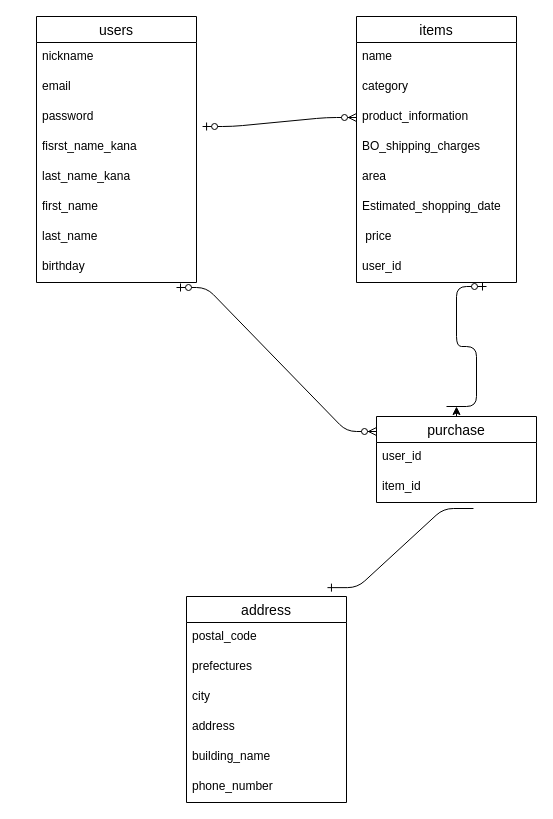
This is app/views/test.dio from miyamatakuya/furi, a draw.io file, before an edit. Source tidied: cells renumbered, new cells numbered last; positions are measured from the earlier drawing's top-left corner, leaving out a move shared by most shapes. Both pictures are drawn from the tidied source at 100%, with x=0, y=0 at pixel (36, 16).
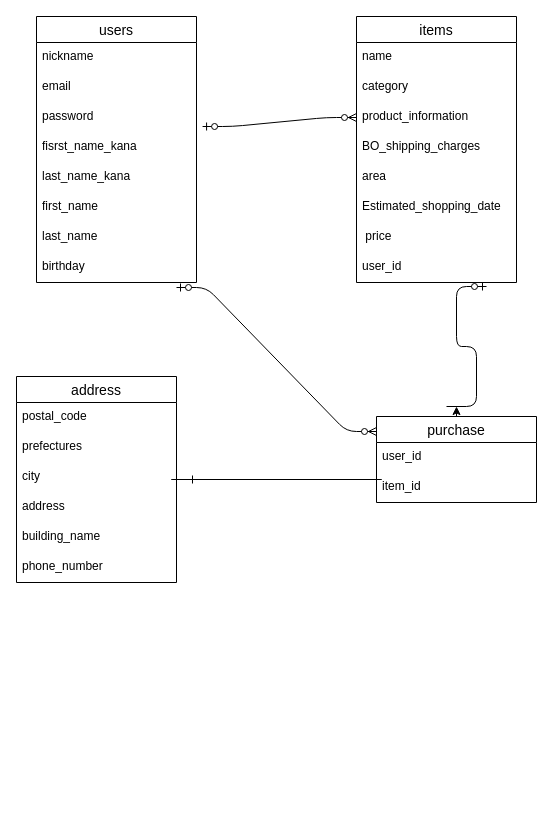
The same page after the edit.

Unchanged cells that the change refers to:
```xml
<mxCell id="23" value="item_id" style="text;strokeColor=none;fillColor=none;spacingLeft=4;spacingRight=4;overflow=hidden;points=[[0,0.5],[1,0.5]];portConstraint=eastwest;fontSize=12;" parent="21" vertex="1">
  <mxGeometry y="56" width="160" height="30" as="geometry" />
</mxCell>
```

Diff of the diagram source:
```diff
@@
     <mxCell id="24" value="address" style="swimlane;fontStyle=0;horizontal=1;startSize=26;align=center;fontSize=14;" parent="1" vertex="1">
-      <mxGeometry x="150" y="580" width="160" height="206" as="geometry" />
+      <mxGeometry x="-20" y="360" width="160" height="206" as="geometry" />
     </mxCell>
@@
-    <mxCell id="32" style="edgeStyle=entityRelationEdgeStyle;fontSize=12;html=1;endArrow=ERone;endFill=1;entryX=0.881;entryY=-0.043;entryDx=0;entryDy=0;entryPerimeter=0;exitX=0.606;exitY=1.2;exitDx=0;exitDy=0;exitPerimeter=0;" parent="1" edge="1" source="23" target="24">
-      <mxGeometry relative="1" as="geometry" />
+    <mxCell id="32" style="edgeStyle=entityRelationEdgeStyle;fontSize=12;html=1;endArrow=ERone;endFill=1;" parent="1" edge="1">
+      <mxGeometry relative="1" as="geometry">
+        <mxPoint x="320" y="463" as="sourcePoint" />
+        <mxPoint x="160" y="463" as="targetPoint" />
+      </mxGeometry>
     </mxCell>
```
